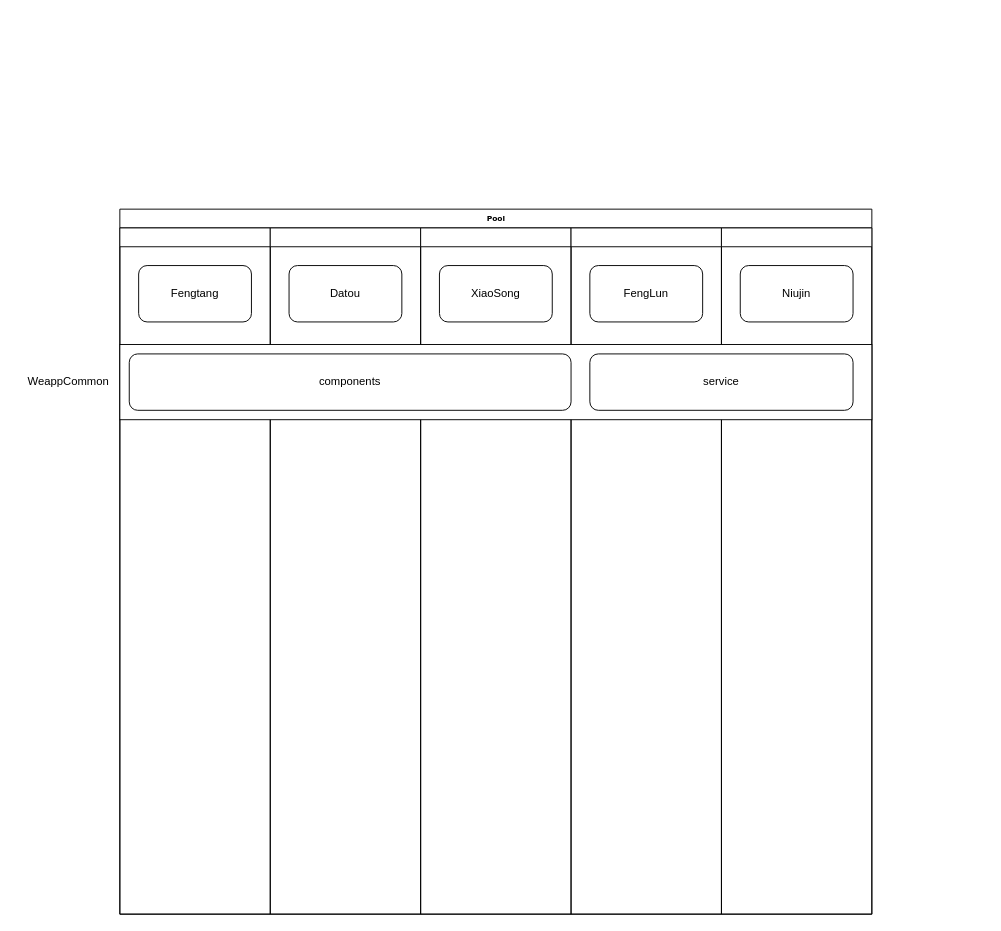
Before: 未命名绘图.drawio in imnot2/imnot2.github.io, a draw.io diagram. Source tidied: cells renumbered, new cells numbered last; positions are measured from the earlier drawing's top-left corner, leaving out a move shared by most shapes. Both pictures are drawn from the tidied source at 94%, with x=0, y=0 at pixel (16, 209).
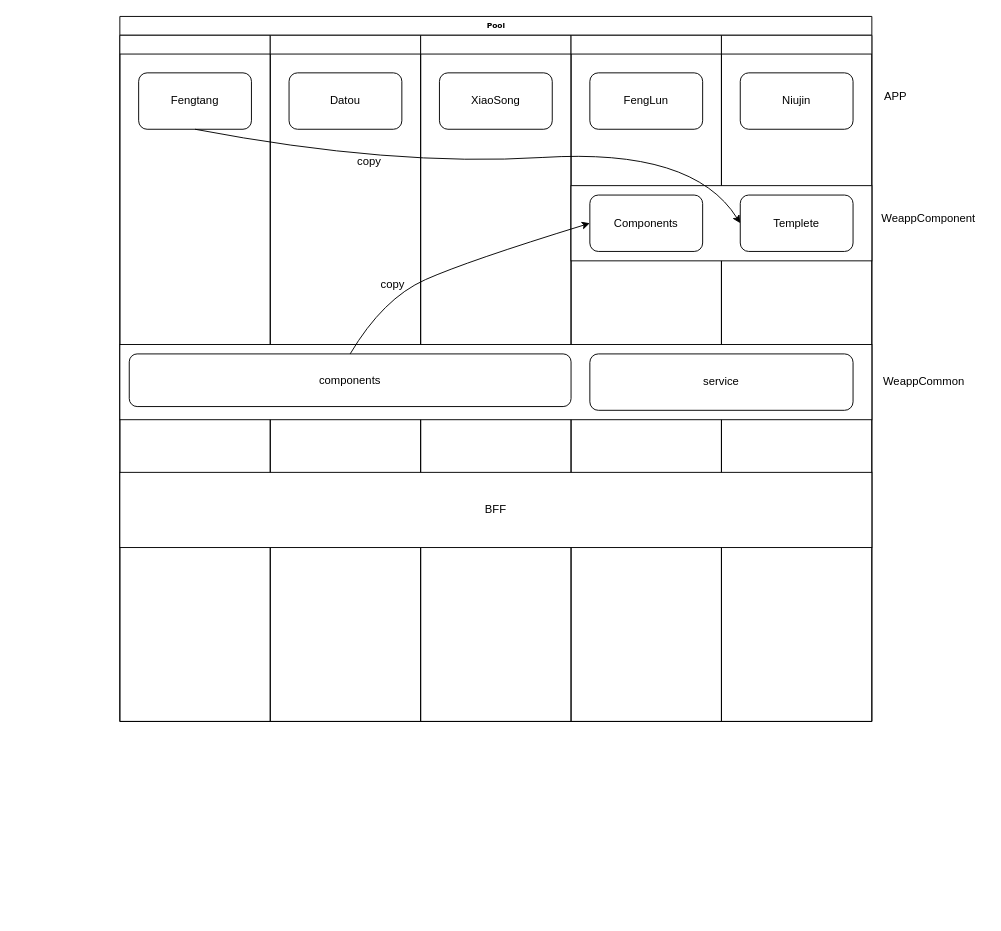
Above is the later version.

The change refers to these unchanged cells:
```xml
<mxCell id="4" value="Fengtang" style="rounded=1;whiteSpace=wrap;html=1;" parent="3" vertex="1">
  <mxGeometry x="20" y="40" width="120" height="60" as="geometry" />
</mxCell>
<mxCell id="5" style="swimlane;html=1;startSize=20;" parent="2" vertex="1">
  <mxGeometry x="160" y="20" width="160" height="730" as="geometry" />
</mxCell>
<mxCell id="11" style="swimlane;html=1;startSize=20;" parent="2" vertex="1">
  <mxGeometry x="640" y="20" width="160" height="730" as="geometry" />
</mxCell>
```

Change to the diagram source:
```diff
@@
     <mxCell id="2" value="Pool" style="swimlane;html=1;startSize=20;rounded=0;shadow=0;labelBackgroundColor=none;strokeWidth=1;fontFamily=Verdana;fontSize=8;align=center;" parent="1" vertex="1">
-      <mxGeometry x="110" width="800" height="750" as="geometry" />
+      <mxGeometry x="110" y="-205" width="800" height="750" as="geometry" />
     </mxCell>
@@
+    <mxCell id="17" value="copy" style="text;html=1;align=center;verticalAlign=middle;strokeColor=none;fillColor=none;" parent="5" vertex="1">
+      <mxGeometry x="105" y="250" width="50" height="30" as="geometry" />
+    </mxCell>
+    <mxCell id="18" value="copy" style="text;html=1;align=center;verticalAlign=middle;strokeColor=none;fillColor=none;" parent="5" vertex="1">
+      <mxGeometry x="80" y="120" width="50" height="30" as="geometry" />
+    </mxCell>
@@
+    <mxCell id="19" style="rounded=0;whiteSpace=wrap;html=1;" parent="11" vertex="1">
+      <mxGeometry x="-160" y="160" width="320" height="80" as="geometry" />
+    </mxCell>
+    <mxCell id="20" value="Templete" style="rounded=1;whiteSpace=wrap;html=1;" parent="11" vertex="1">
+      <mxGeometry x="20" y="170" width="120" height="60" as="geometry" />
+    </mxCell>
+    <mxCell id="21" value="Components" style="rounded=1;whiteSpace=wrap;html=1;" parent="11" vertex="1">
+      <mxGeometry x="-140" y="170" width="120" height="60" as="geometry" />
+    </mxCell>
+    <mxCell id="22" style="curved=1;endArrow=classic;html=1;rounded=0;exitX=0.5;exitY=1;exitDx=0;exitDy=0;entryX=0;entryY=0.5;entryDx=0;entryDy=0;" parent="2" edge="1" source="4" target="20">
+      <mxGeometry relative="1" as="geometry">
+        <Array as="points">
+          <mxPoint x="290" y="160" />
+          <mxPoint x="610" y="140" />
+        </Array>
+      </mxGeometry>
+    </mxCell>
@@
     <mxCell id="14" value="components" style="rounded=1;whiteSpace=wrap;html=1;" parent="1" vertex="1">
-      <mxGeometry x="120" y="154" width="470" height="60" as="geometry" />
+      <mxGeometry x="120" y="154" width="470" height="56" as="geometry" />
     </mxCell>
@@
     <mxCell id="16" value="WeappCommon" style="text;html=1;align=center;verticalAlign=middle;strokeColor=none;fillColor=none;" parent="1" vertex="1">
-      <mxGeometry y="169" width="110" height="30" as="geometry" />
+      <mxGeometry x="910" y="169" width="110" height="30" as="geometry" />
     </mxCell>
+    <mxCell id="23" value="WeappComponent" style="text;html=1;align=center;verticalAlign=middle;strokeColor=none;fillColor=none;" parent="1" vertex="1">
+      <mxGeometry x="910" y="-5" width="120" height="30" as="geometry" />
+    </mxCell>
+    <mxCell id="24" style="curved=1;endArrow=classic;html=1;rounded=0;exitX=0.5;exitY=0;exitDx=0;exitDy=0;entryX=0;entryY=0.5;entryDx=0;entryDy=0;" parent="1" edge="1" source="14" target="21">
+      <mxGeometry relative="1" as="geometry">
+        <Array as="points">
+          <mxPoint x="390" y="95" />
+          <mxPoint x="480" y="55" />
+        </Array>
+      </mxGeometry>
+    </mxCell>
+    <mxCell id="25" value="APP" style="text;html=1;align=center;verticalAlign=middle;strokeColor=none;fillColor=none;" parent="1" vertex="1">
+      <mxGeometry x="910" y="-135" width="50" height="30" as="geometry" />
+    </mxCell>
+    <mxCell id="26" value="BFF" style="rounded=0;whiteSpace=wrap;html=1;" parent="1" vertex="1">
+      <mxGeometry x="110" y="280" width="800" height="80" as="geometry" />
+    </mxCell>
```
